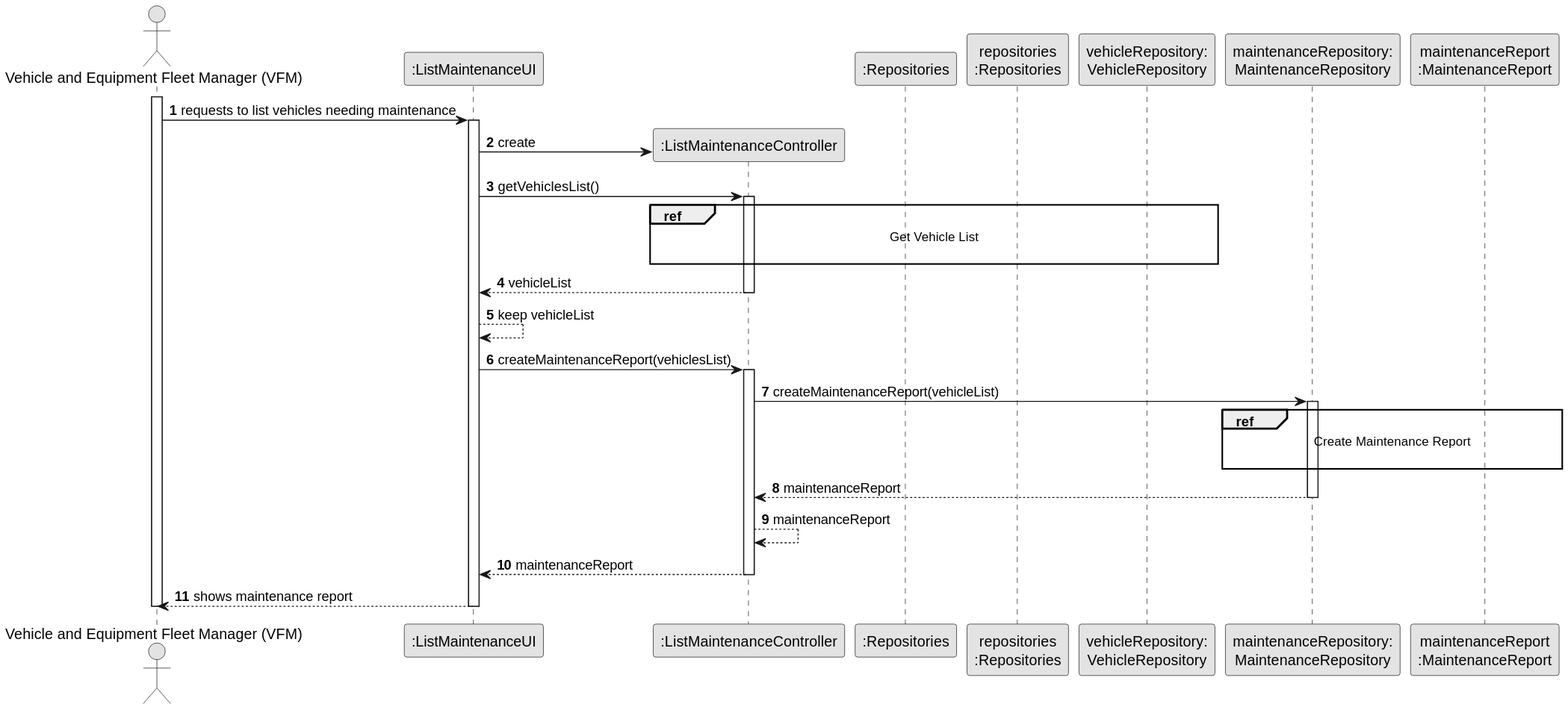
ricardomm7/leaflink keeps this PlantUML diagram as docs/sprintB/us008/03.design/svg/us008-sequence-diagram-split.svg. Above is the earlier version.
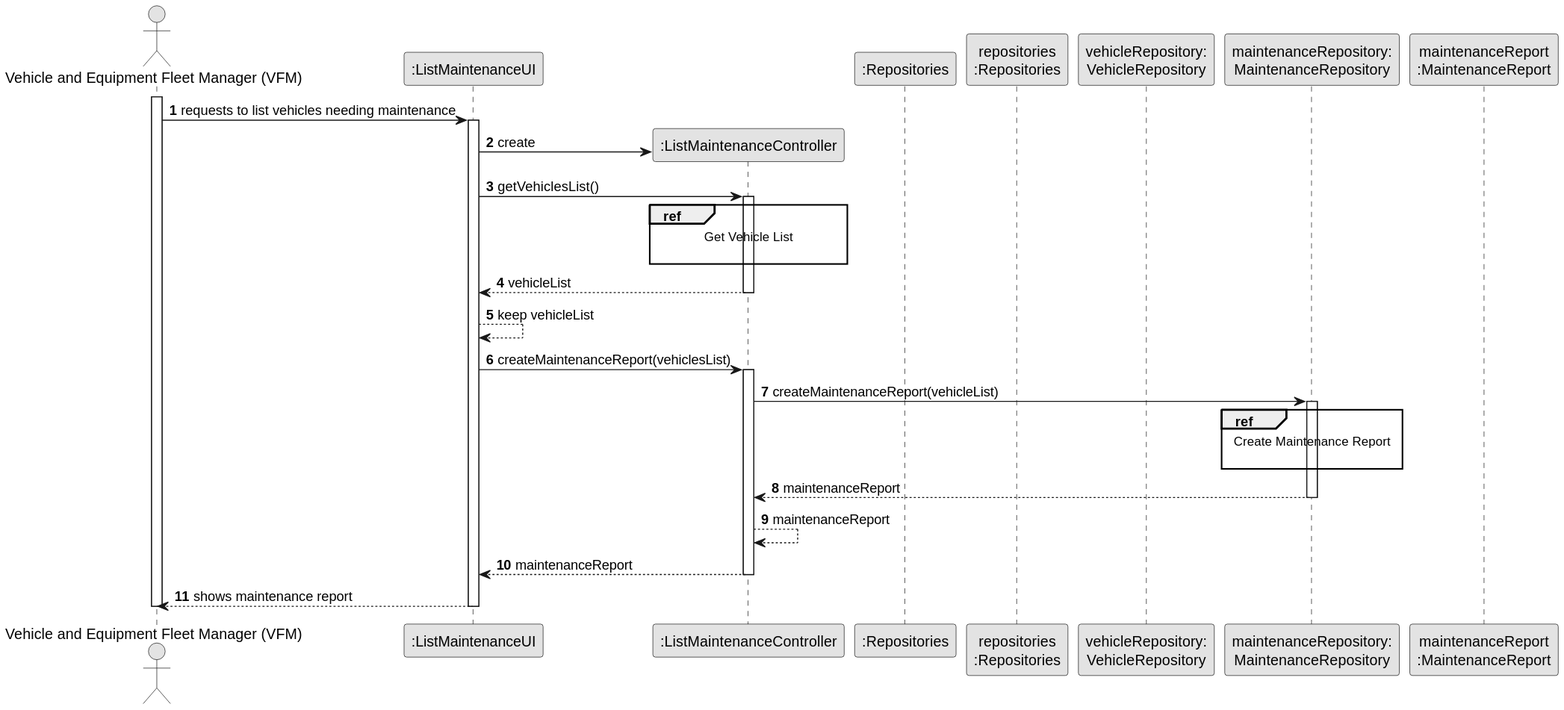
Later version of the same file.

The edit, as a diff of the source:
```diff
@@ -24,7 +24,7 @@
         UI -> CTRL : getVehiclesList()
         activate CTRL
 
-            ref over CTRL, VehicleRepository,PLAT, RepositorySingleton
+            ref over CTRL
                         Get Vehicle List
 
             end ref
@@ -40,7 +40,7 @@
         CTRL -> MaintenanceRepository: createMaintenanceReport(vehicleList)
         activate MaintenanceRepository
 
-            ref over MaintenanceRepository, MaintenanceReport
+            ref over MaintenanceRepository
                     Create Maintenance Report
 
             end ref
```
